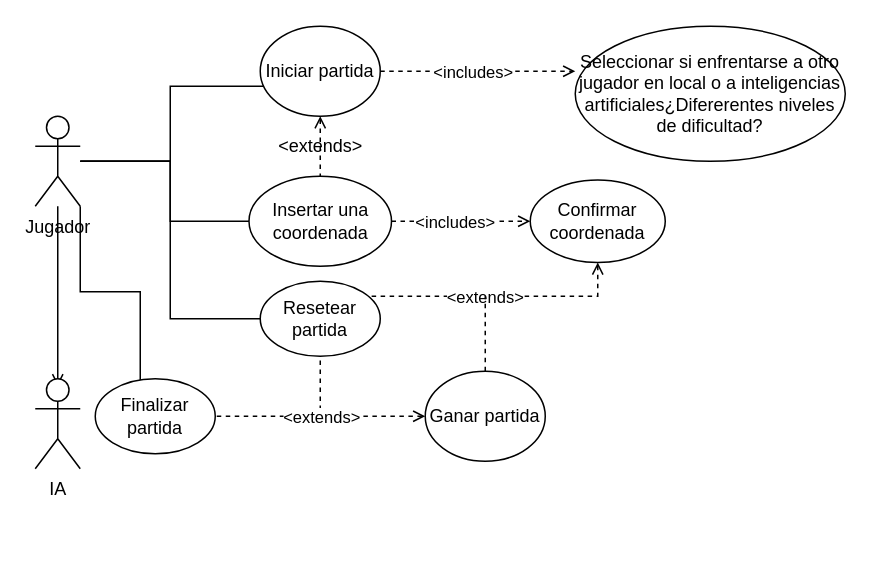
This is src/casosDeUso/GoMokuCasosDeUso.drawio from dquitor630/GoMoku, a draw.io file, before an edit. Source tidied: cells renumbered, new cells numbered last; positions are measured from the earlier drawing's top-left corner, leaving out a move shared by most shapes. Both pictures are drawn from the tidied source at 150%, with x=0, y=0 at pixel (34, 26).
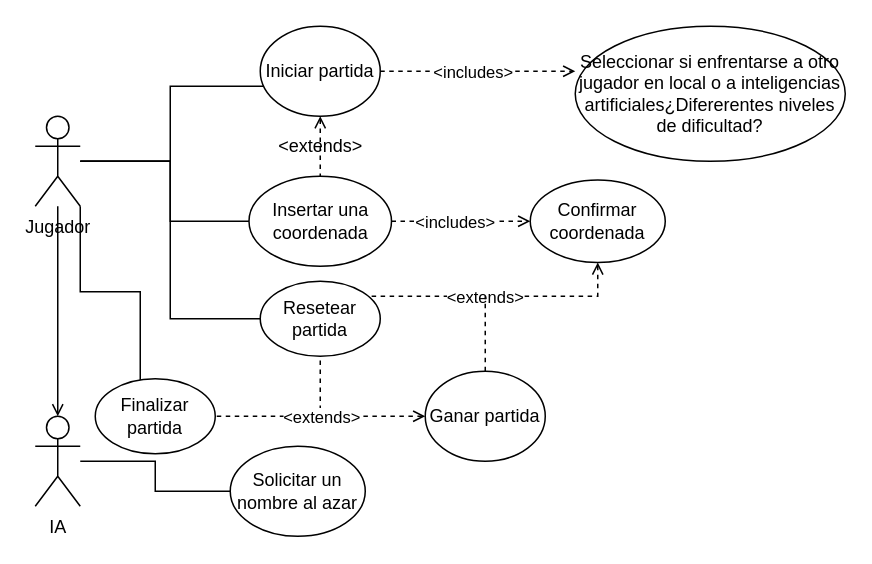
The same page after the edit.

Commit message (it also covers changes not shown here):
pequeño cambio en el diagrama de casos de uso

The change refers to these unchanged cells:
```xml
<mxCell id="7" value="Jugador" style="shape=umlActor;verticalLabelPosition=bottom;verticalAlign=top;html=1;outlineConnect=0;" parent="1" vertex="1">
  <mxGeometry y="60" width="30" height="60" as="geometry" />
</mxCell>
```

The edit, as a diff of the source:
```diff
@@
-    <mxCell id="6" style="edgeStyle=orthogonalEdgeStyle;rounded=0;jettySize=auto;html=1;startArrow=none;startFill=0;endArrow=open;endFill=0;" parent="1" edge="1" source="7">
-      <mxGeometry relative="1" as="geometry">
-        <mxPoint x="15" y="240" as="targetPoint" />
-      </mxGeometry>
+    <mxCell id="6" style="edgeStyle=orthogonalEdgeStyle;rounded=0;jettySize=auto;html=1;startArrow=none;startFill=0;endArrow=open;endFill=0;entryX=0.5;entryY=0;entryDx=0;entryDy=0;entryPerimeter=0;" parent="1" edge="1" source="7" target="27">
+      <mxGeometry relative="1" as="geometry" />
     </mxCell>
@@
+    <mxCell id="28" style="edgeStyle=orthogonalEdgeStyle;rounded=0;jettySize=auto;html=1;endArrow=none;endFill=0;" parent="1" edge="1" source="27" target="29">
+      <mxGeometry relative="1" as="geometry" />
+    </mxCell>
     <mxCell id="27" value="IA" style="shape=umlActor;verticalLabelPosition=bottom;verticalAlign=top;html=1;outlineConnect=0;" parent="1" vertex="1">
-      <mxGeometry y="235" width="30" height="60" as="geometry" />
+      <mxGeometry y="260" width="30" height="60" as="geometry" />
     </mxCell>
+    <mxCell id="29" value="Solicitar un nombre al azar" style="ellipse;whiteSpace=wrap;html=1;" parent="1" vertex="1">
+      <mxGeometry x="130" y="280" width="90" height="60" as="geometry" />
+    </mxCell>
```
